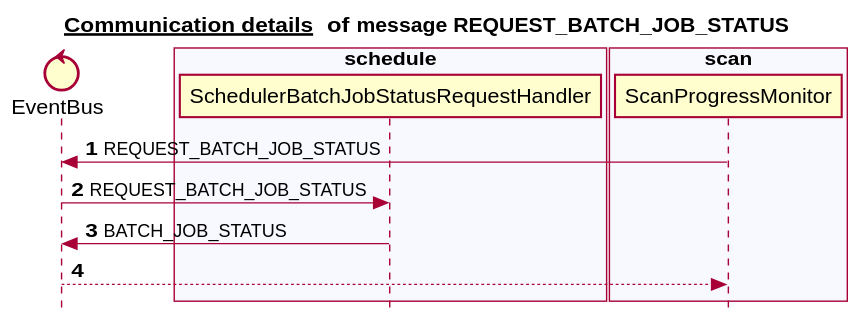
Above: docs/latest/images/gen_domain_messaging_request_batch_job_status.svg in mercedes-benz/sechub (PlantUML), before the change.
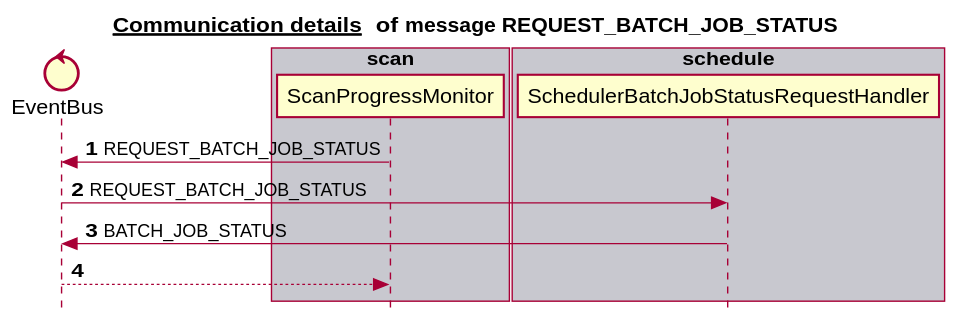
The same diagram one commit later.

The edit, as a diff of the source:
```diff
@@ -6,17 +6,17 @@
 
 
 control EventBus
+box "scan" #C8C8CF
+   participant ScanProgressMonitor
+end box
+box "authorization" #F8F8FF
+end box
 box "administration" #C8C8CF
 end box
-box "schedule" #F8F8FF
+box "notification" #F8F8FF
+end box
+box "schedule" #C8C8CF
    participant SchedulerBatchJobStatusRequestHandler
-end box
-box "authorization" #C8C8CF
-end box
-box "scan" #F8F8FF
-   participant ScanProgressMonitor
-end box
-box "notification" #C8C8CF
 end box
 autonumber 1
 ScanProgressMonitor -> EventBus:REQUEST_BATCH_JOB_STATUS
```
